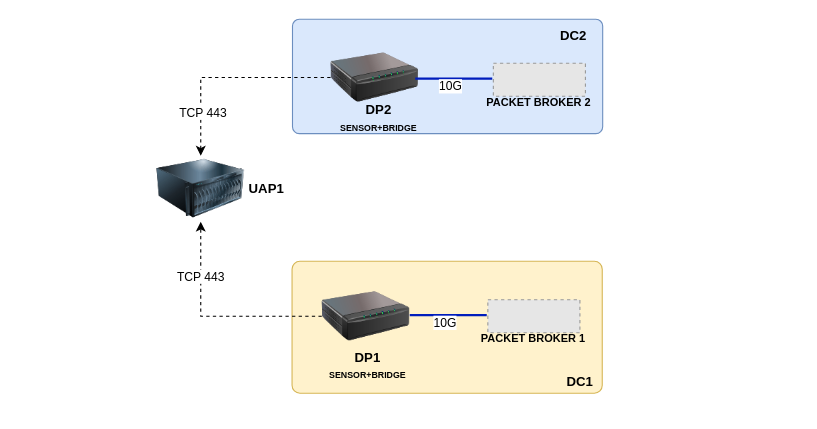
Before: woori.drawio in jacmathew/jacmathew, a draw.io diagram. Source tidied: cells renumbered, new cells numbered last; positions are measured from the earlier drawing's top-left corner, leaving out a move shared by most shapes. Both pictures are drawn from the tidied source at 110%, with x=0, y=0 at pixel (156, 19). Pictures stored in the file or linked from it are replaced by grey dashed boxes.
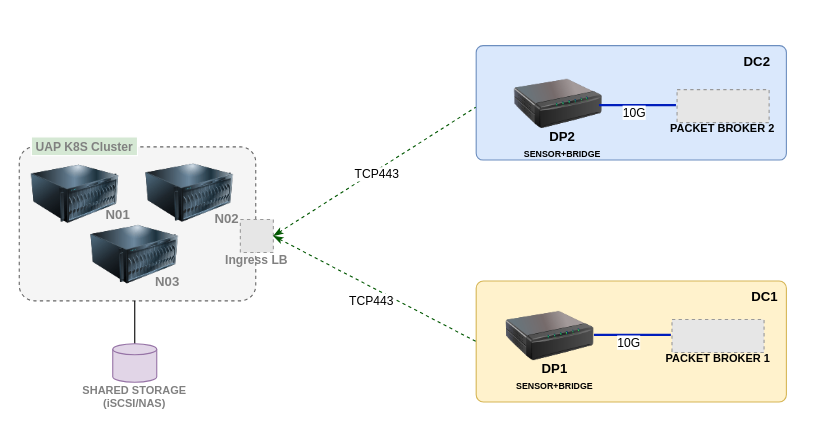
After the change.

What changed in the source:
```diff
@@
+    <mxCell id="24" style="rounded=1;whiteSpace=wrap;html=1;fillColor=#f5f5f5;arcSize=10;dashed=1;strokeColor=#666666;fontColor=#333333;" parent="1" vertex="1">
+      <mxGeometry x="-125" y="116" width="215" height="140" as="geometry" />
+    </mxCell>
     <mxCell id="2" style="rounded=1;whiteSpace=wrap;html=1;arcSize=6;fillColor=#dae8fc;strokeColor=#6c8ebf;" parent="1" vertex="1">
-      <mxGeometry x="123.4" width="282" height="104" as="geometry" />
+      <mxGeometry x="290.4" y="24" width="282" height="104" as="geometry" />
     </mxCell>
     <mxCell id="3" style="rounded=1;whiteSpace=wrap;html=1;arcSize=6;fillColor=#fff2cc;strokeColor=#d6b656;" parent="1" vertex="1">
-      <mxGeometry x="123" y="220" width="282" height="120" as="geometry" />
+      <mxGeometry x="290.4" y="238" width="282" height="110" as="geometry" />
     </mxCell>
     <mxCell id="4" style="image;html=1;image=img/lib/clip_art/computers/Server_128x128.png;" parent="1" vertex="1">
-      <mxGeometry y="124" width="80" height="60" as="geometry" />
+      <mxGeometry x="-10" y="128" width="80" height="60" as="geometry" />
     </mxCell>
-    <mxCell id="5" style="edgeStyle=orthogonalEdgeStyle;rounded=0;jettySize=auto;html=1;exitX=0;exitY=0.5;exitDx=0;exitDy=0;dashed=1;endArrow=classic;startFill=0;endFill=1;" parent="1" edge="1" source="7" target="4">
-      <mxGeometry relative="1" as="geometry" />
-    </mxCell>
-    <mxCell id="6" value="TCP 443" style="edgeLabel;html=1;align=center;verticalAlign=middle;" parent="5" vertex="1">
-      <mxGeometry x="0.5" y="1" relative="1" as="geometry" />
-    </mxCell>
     <mxCell id="7" style="image;html=1;image=img/lib/clip_art/networking/Print_Server_128x128.png;" parent="1" vertex="1">
-      <mxGeometry x="150" y="230" width="80" height="80" as="geometry" />
+      <mxGeometry x="317.4" y="248" width="80" height="80" as="geometry" />
     </mxCell>
     <mxCell id="8" style="fillColor=#E6E6E6;strokeColor=#999999;dashed=1;verticalLabelPosition=bottom;verticalAlign=top;" parent="1" vertex="1">
-      <mxGeometry x="301" y="255" width="83.7" height="30" as="geometry" />
+      <mxGeometry x="468.4" y="273" width="83.7" height="30" as="geometry" />
     </mxCell>
     <mxCell id="9" style="endArrow=none;html=1;rounded=0;fillColor=#0050ef;strokeColor=#001DBC;strokeWidth=2;" parent="1" edge="1">
       <mxGeometry relative="1" as="geometry">
-        <mxPoint x="230" y="269" as="sourcePoint" />
-        <mxPoint x="300" y="269" as="targetPoint" />
+        <mxPoint x="397.4" y="287" as="sourcePoint" />
+        <mxPoint x="467.4" y="287" as="targetPoint" />
       </mxGeometry>
     </mxCell>
@@
     <mxCell id="11" value="&lt;b&gt;PACKET BROKER 1&lt;/b&gt;" style="text;html=1;align=center;verticalAlign=middle;whiteSpace=wrap;rounded=0;fontSize=10;" parent="1" vertex="1">
-      <mxGeometry x="281.3" y="275" width="123.1" height="30" as="geometry" />
+      <mxGeometry x="448.7" y="293" width="123.1" height="30" as="geometry" />
     </mxCell>
-    <mxCell id="12" style="edgeStyle=orthogonalEdgeStyle;rounded=0;jettySize=auto;html=1;exitX=0;exitY=0.5;exitDx=0;exitDy=0;dashed=1;" parent="1" edge="1" source="14" target="4">
-      <mxGeometry relative="1" as="geometry" />
-    </mxCell>
-    <mxCell id="13" value="TCP 443" style="edgeLabel;html=1;align=center;verticalAlign=middle;" parent="12" vertex="1">
-      <mxGeometry x="0.64" y="1" relative="1" as="geometry">
-        <mxPoint y="-6" as="offset" />
-      </mxGeometry>
-    </mxCell>
     <mxCell id="14" style="image;html=1;image=img/lib/clip_art/networking/Print_Server_128x128.png;" parent="1" vertex="1">
-      <mxGeometry x="158" y="13" width="80" height="80" as="geometry" />
+      <mxGeometry x="325" y="37" width="80" height="80" as="geometry" />
     </mxCell>
     <mxCell id="15" style="fillColor=#E6E6E6;strokeColor=#999999;dashed=1;verticalLabelPosition=bottom;verticalAlign=top;" parent="1" vertex="1">
-      <mxGeometry x="306" y="40" width="83.7" height="30" as="geometry" />
+      <mxGeometry x="473" y="64" width="83.7" height="30" as="geometry" />
     </mxCell>
     <mxCell id="16" style="endArrow=none;html=1;rounded=0;fillColor=#0050ef;strokeColor=#001DBC;strokeWidth=2;" parent="1" edge="1">
       <mxGeometry relative="1" as="geometry">
-        <mxPoint x="235" y="54" as="sourcePoint" />
-        <mxPoint x="305" y="54" as="targetPoint" />
+        <mxPoint x="402" y="78" as="sourcePoint" />
+        <mxPoint x="472" y="78" as="targetPoint" />
       </mxGeometry>
     </mxCell>
@@
     <mxCell id="18" value="&lt;div&gt;&lt;b&gt;DP2&lt;/b&gt;&lt;/div&gt;&lt;b&gt;&lt;font style=&quot;font-size: 8px;&quot;&gt;SENSOR+BRIDGE&lt;/font&gt;&lt;/b&gt;" style="text;html=1;align=center;verticalAlign=middle;whiteSpace=wrap;rounded=0;" parent="1" vertex="1">
-      <mxGeometry x="164" y="75" width="76" height="30" as="geometry" />
+      <mxGeometry x="331" y="99" width="76" height="30" as="geometry" />
     </mxCell>
     <mxCell id="19" value="&lt;b&gt;PACKET BROKER 2&lt;/b&gt;" style="text;html=1;align=center;verticalAlign=middle;whiteSpace=wrap;rounded=0;fontSize=10;" parent="1" vertex="1">
-      <mxGeometry x="286.3" y="60" width="123.1" height="30" as="geometry" />
+      <mxGeometry x="453.3" y="84" width="123.1" height="30" as="geometry" />
     </mxCell>
-    <mxCell id="20" value="&lt;b&gt;UAP1&lt;/b&gt;" style="text;html=1;align=center;verticalAlign=middle;whiteSpace=wrap;rounded=0;" parent="1" vertex="1">
-      <mxGeometry x="70" y="139" width="60" height="30" as="geometry" />
+    <mxCell id="20" value="&lt;b&gt;&lt;font style=&quot;color: rgb(128, 128, 128);&quot;&gt;N02&lt;/font&gt;&lt;/b&gt;" style="text;html=1;align=center;verticalAlign=middle;whiteSpace=wrap;rounded=0;" parent="1" vertex="1">
+      <mxGeometry x="34" y="167" width="60" height="30" as="geometry" />
     </mxCell>
     <mxCell id="21" value="&lt;b&gt;DC1&lt;/b&gt;" style="text;html=1;align=center;verticalAlign=middle;whiteSpace=wrap;rounded=0;" parent="1" vertex="1">
-      <mxGeometry x="355.4" y="315" width="60" height="30" as="geometry" />
+      <mxGeometry x="522.9" y="238" width="60" height="30" as="geometry" />
     </mxCell>
     <mxCell id="22" value="&lt;b&gt;DC2&lt;/b&gt;" style="text;html=1;align=center;verticalAlign=middle;whiteSpace=wrap;rounded=0;" parent="1" vertex="1">
-      <mxGeometry x="349.4" width="60" height="30" as="geometry" />
+      <mxGeometry x="516.4" y="24" width="60" height="30" as="geometry" />
     </mxCell>
     <mxCell id="23" value="&lt;div&gt;&lt;b&gt;DP1&lt;/b&gt;&lt;/div&gt;&lt;b&gt;&lt;font style=&quot;font-size: 8px;&quot;&gt;SENSOR+BRIDGE&lt;/font&gt;&lt;/b&gt;" style="text;html=1;align=center;verticalAlign=middle;whiteSpace=wrap;rounded=0;" parent="1" vertex="1">
-      <mxGeometry x="154" y="300" width="76" height="30" as="geometry" />
+      <mxGeometry x="324.4" y="310" width="76" height="30" as="geometry" />
     </mxCell>
+    <mxCell id="25" style="image;html=1;image=img/lib/clip_art/computers/Server_128x128.png;" parent="1" vertex="1">
+      <mxGeometry x="-114" y="129" width="80" height="60" as="geometry" />
+    </mxCell>
+    <mxCell id="26" style="image;html=1;image=img/lib/clip_art/computers/Server_128x128.png;" parent="1" vertex="1">
+      <mxGeometry x="-60" y="184" width="80" height="60" as="geometry" />
+    </mxCell>
+    <mxCell id="27" value="&lt;b&gt;&lt;font style=&quot;color: rgb(128, 128, 128);&quot;&gt;N01&lt;/font&gt;&lt;/b&gt;" style="text;html=1;align=center;verticalAlign=middle;whiteSpace=wrap;rounded=0;" parent="1" vertex="1">
+      <mxGeometry x="-65" y="163" width="60" height="30" as="geometry" />
+    </mxCell>
+    <mxCell id="28" value="&lt;b&gt;&lt;font style=&quot;color: rgb(128, 128, 128);&quot;&gt;N03&lt;/font&gt;&lt;/b&gt;" style="text;html=1;align=center;verticalAlign=middle;whiteSpace=wrap;rounded=0;" parent="1" vertex="1">
+      <mxGeometry x="-20" y="224" width="60" height="30" as="geometry" />
+    </mxCell>
+    <mxCell id="29" style="fillColor=#E6E6E6;strokeColor=#999999;dashed=1;verticalLabelPosition=bottom;labelBackgroundColor=default;verticalAlign=top;" parent="1" vertex="1">
+      <mxGeometry x="76" y="182" width="30" height="30" as="geometry" />
+    </mxCell>
+    <mxCell id="30" value="&lt;font color=&quot;#808080&quot;&gt;&lt;b&gt;Ingress LB&lt;/b&gt;&lt;/font&gt;" style="text;html=1;align=center;verticalAlign=middle;whiteSpace=wrap;rounded=0;fontSize=11;" parent="1" vertex="1">
+      <mxGeometry x="61" y="204" width="60" height="30" as="geometry" />
+    </mxCell>
+    <mxCell id="31" value="&lt;b&gt;&lt;font style=&quot;color: rgb(128, 128, 128);&quot;&gt;UAP K8S Cluster&lt;/font&gt;&lt;/b&gt;" style="text;html=1;align=center;verticalAlign=middle;whiteSpace=wrap;rounded=0;fillColor=#d5e8d4;strokeColor=#FFFFFF;fontSize=11;" parent="1" vertex="1">
+      <mxGeometry x="-114" y="107" width="96.5" height="17" as="geometry" />
+    </mxCell>
+    <mxCell id="32" style="endArrow=none;dashed=1;html=1;rounded=0;exitX=1;exitY=0.5;exitDx=0;exitDy=0;startArrow=classicThin;startFill=1;fontColor=#00994D;fillColor=#008a00;strokeColor=#005700;" parent="1" edge="1" source="29">
+      <mxGeometry relative="1" as="geometry">
+        <mxPoint x="290" y="80" as="targetPoint" />
+      </mxGeometry>
+    </mxCell>
+    <mxCell id="33" style="endArrow=none;dashed=1;html=1;rounded=0;startArrow=classicThin;startFill=1;fillColor=#008a00;strokeColor=#005700;entryX=0;entryY=0.5;entryDx=0;entryDy=0;" parent="1" edge="1" target="3">
+      <mxGeometry relative="1" as="geometry">
+        <mxPoint x="106" y="197" as="sourcePoint" />
+      </mxGeometry>
+    </mxCell>
+    <mxCell id="34" style="endArrow=none;html=1;rounded=0;exitX=0.5;exitY=0.4;exitDx=0;exitDy=0;exitPerimeter=0;" parent="1" edge="1" source="35">
+      <mxGeometry relative="1" as="geometry">
+        <mxPoint x="-20" y="256" as="targetPoint" />
+      </mxGeometry>
+    </mxCell>
+    <mxCell id="35" style="shape=cylinder3;whiteSpace=wrap;html=1;boundedLbl=1;backgroundOutline=1;size=5;fillColor=#e1d5e7;strokeColor=#9673a6;" parent="1" vertex="1">
+      <mxGeometry x="-40" y="295" width="40" height="35" as="geometry" />
+    </mxCell>
+    <mxCell id="36" value="TCP443" style="edgeLabel;html=1;align=center;verticalAlign=middle;" parent="1" vertex="1">
+      <mxGeometry x="510.3" y="288" as="geometry">
+        <mxPoint x="-311" y="-148" as="offset" />
+      </mxGeometry>
+    </mxCell>
+    <mxCell id="37" value="&lt;b&gt;&lt;font style=&quot;color: rgb(128, 128, 128);&quot;&gt;SHARED STORAGE&lt;/font&gt;&lt;/b&gt;&lt;div&gt;&lt;b&gt;&lt;font style=&quot;color: rgb(128, 128, 128);&quot;&gt;(iSCSI/NAS)&lt;/font&gt;&lt;/b&gt;&lt;/div&gt;" style="text;html=1;align=center;verticalAlign=middle;whiteSpace=wrap;rounded=0;fontSize=10;" parent="1" vertex="1">
+      <mxGeometry x="-70" y="334" width="100" height="18" as="geometry" />
+    </mxCell>
+    <mxCell id="38" value="TCP443" style="edgeLabel;html=1;align=center;verticalAlign=middle;" parent="1" vertex="1">
+      <mxGeometry x="440" y="84" as="geometry">
+        <mxPoint x="-246" y="171" as="offset" />
+      </mxGeometry>
+    </mxCell>
```
